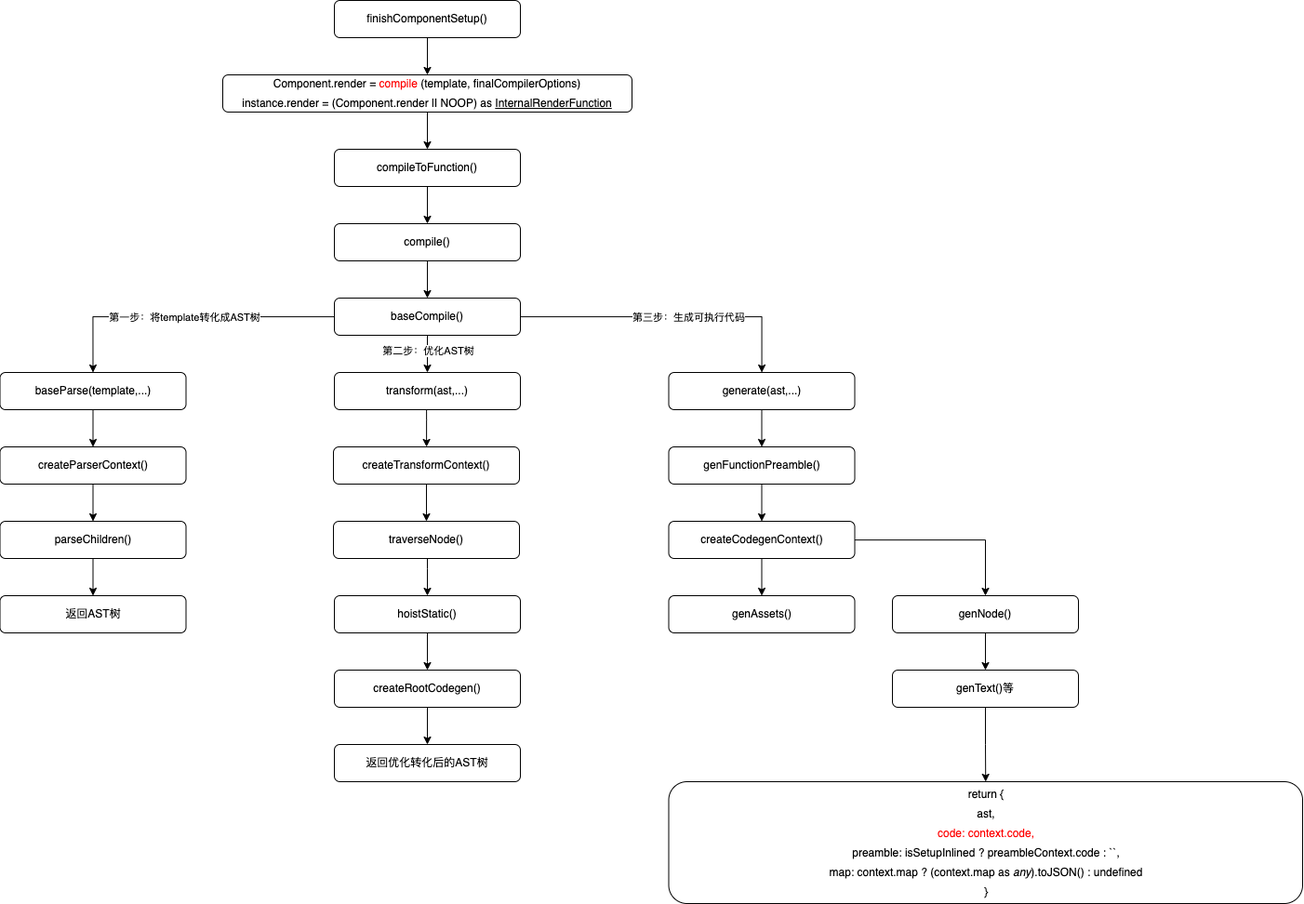
Before: Vue3.0/assets/vue3的编译.png, a diagram exported from draw.io (DbbHobo/You-Dont-Know-Me). Source tidied: cells renumbered, new cells last; positions are measured from the earlier drawing's top-left corner, leaving out a move shared by most shapes.
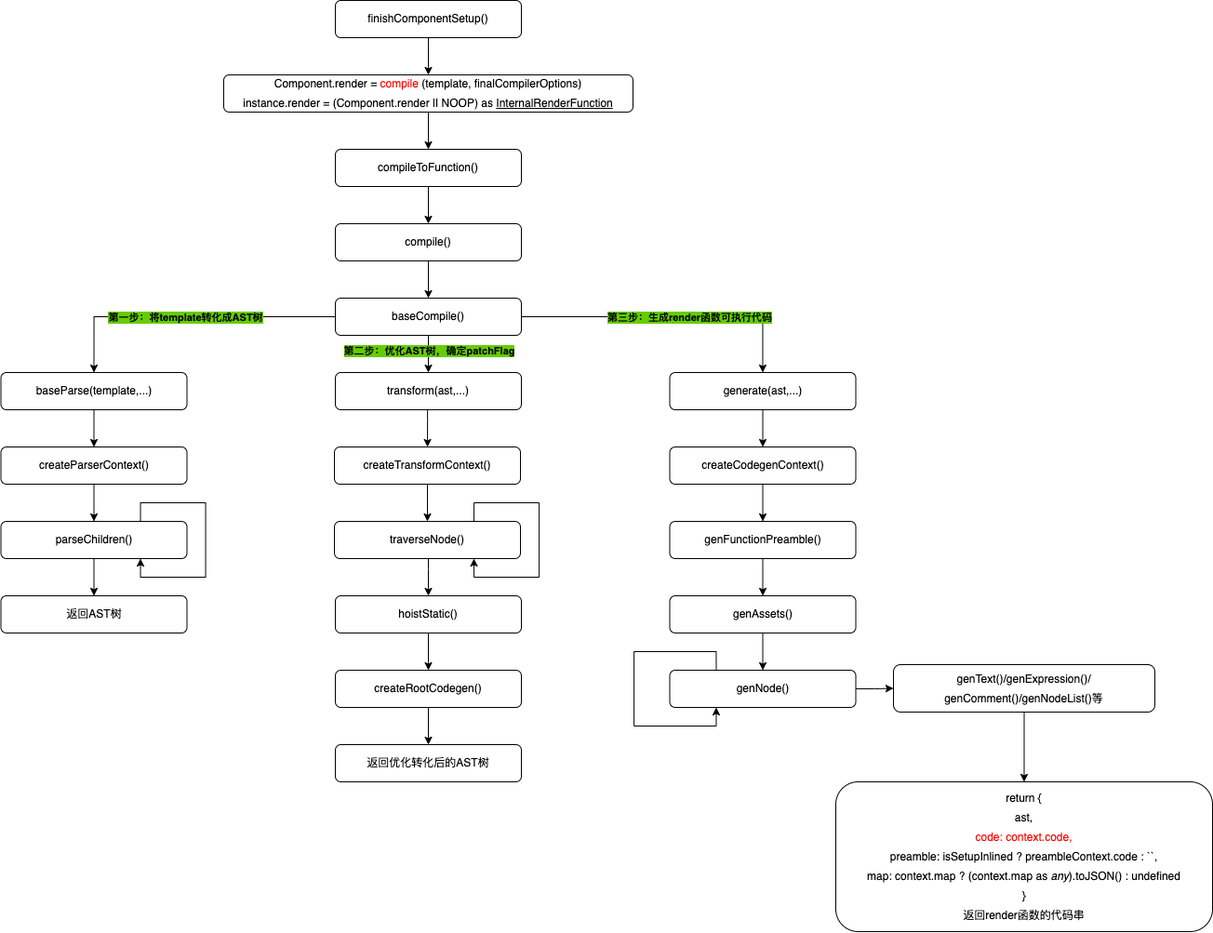
After the commit.

Diff of the diagram source:
```diff
@@ -26,9 +26,9 @@
     <mxCell id="9" value="&lt;div style=&quot;font-size: 12px; line-height: 21px;&quot;&gt;&lt;div style=&quot;line-height: 21px; font-size: 12px;&quot;&gt;compile()&lt;/div&gt;&lt;/div&gt;" style="rounded=1;whiteSpace=wrap;html=1;labelBackgroundColor=default;fontColor=default;fontFamily=Helvetica;fontSize=12;" parent="1" vertex="1">
       <mxGeometry x="359" y="240" width="200" height="40" as="geometry" />
     </mxCell>
-    <mxCell id="10" style="edgeStyle=orthogonalEdgeStyle;rounded=0;jettySize=auto;html=1;" parent="1" edge="1" source="11" target="36">
-      <mxGeometry relative="1" as="geometry" />
-    </mxCell>
+    <mxCell id="48" style="edgeStyle=orthogonalEdgeStyle;rounded=0;jettySize=auto;html=1;" parent="1" edge="1" source="11" target="40">
+      <mxGeometry relative="1" as="geometry" />
+    </mxCell>
     <mxCell id="11" value="&lt;div style=&quot;font-size: 12px; line-height: 21px;&quot;&gt;&lt;div style=&quot;line-height: 21px; font-size: 12px;&quot;&gt;generate(ast,...)&lt;/div&gt;&lt;/div&gt;" style="rounded=1;whiteSpace=wrap;html=1;labelBackgroundColor=default;fontColor=default;fontFamily=Helvetica;fontSize=12;" parent="1" vertex="1">
       <mxGeometry x="718.5" y="400" width="200" height="40" as="geometry" />
     </mxCell>
@@ -52,19 +52,19 @@
     <mxCell id="16" style="edgeStyle=orthogonalEdgeStyle;rounded=0;jettySize=auto;html=1;" parent="1" edge="1" source="22" target="15">
       <mxGeometry relative="1" as="geometry" />
     </mxCell>
-    <mxCell id="17" value="第二步：优化AST树" style="edgeLabel;html=1;align=center;verticalAlign=middle;" parent="16" vertex="1">
+    <mxCell id="17" value="第二步：优化AST树，确定patchFlag" style="edgeLabel;html=1;align=center;verticalAlign=middle;labelBackgroundColor=#66CC00;fontStyle=1;" parent="16" vertex="1">
       <mxGeometry x="-0.19" relative="1" as="geometry" />
     </mxCell>
     <mxCell id="18" style="edgeStyle=orthogonalEdgeStyle;rounded=0;jettySize=auto;html=1;entryX=0.5;entryY=0;entryDx=0;entryDy=0;" parent="1" edge="1" source="22" target="13">
       <mxGeometry relative="1" as="geometry" />
     </mxCell>
-    <mxCell id="19" value="第一步：将template转化成AST树" style="edgeLabel;html=1;align=center;verticalAlign=middle;" parent="18" vertex="1">
+    <mxCell id="19" value="第一步：将template转化成AST树" style="edgeLabel;html=1;align=center;verticalAlign=middle;labelBackgroundColor=#66CC00;fontStyle=1;" parent="18" vertex="1">
       <mxGeometry x="0.01" relative="1" as="geometry" />
     </mxCell>
     <mxCell id="20" style="edgeStyle=orthogonalEdgeStyle;rounded=0;jettySize=auto;html=1;" parent="1" edge="1" source="22" target="11">
       <mxGeometry relative="1" as="geometry" />
     </mxCell>
-    <mxCell id="21" value="第三步：生成可执行代码" style="edgeLabel;html=1;align=center;verticalAlign=middle;" parent="20" vertex="1">
+    <mxCell id="21" value="第三步：生成render函数可执行代码" style="edgeLabel;html=1;align=center;verticalAlign=middle;labelBackgroundColor=#66CC00;fontStyle=1;" parent="20" vertex="1">
       <mxGeometry x="-0.22" y="2" relative="1" as="geometry">
         <mxPoint x="55" y="2" as="offset" />
       </mxGeometry>
@@ -118,38 +118,28 @@
     <mxCell id="34" value="&lt;div style=&quot;font-size: 12px; line-height: 21px;&quot;&gt;&lt;div style=&quot;line-height: 21px; font-size: 12px;&quot;&gt;hoistStatic()&lt;/div&gt;&lt;/div&gt;" style="rounded=1;whiteSpace=wrap;html=1;labelBackgroundColor=default;fontColor=default;fontFamily=Helvetica;fontSize=12;" parent="1" vertex="1">
       <mxGeometry x="359" y="640" width="200" height="40" as="geometry" />
     </mxCell>
-    <mxCell id="35" style="edgeStyle=orthogonalEdgeStyle;rounded=0;jettySize=auto;html=1;" parent="1" edge="1" source="36" target="40">
-      <mxGeometry relative="1" as="geometry" />
+    <mxCell id="35" style="edgeStyle=orthogonalEdgeStyle;rounded=0;jettySize=auto;html=1;" parent="1" edge="1" source="36">
+      <mxGeometry relative="1" as="geometry">
+        <mxPoint x="818.5" y="640" as="targetPoint" />
+      </mxGeometry>
     </mxCell>
     <mxCell id="36" value="&lt;div style=&quot;font-size: 12px; line-height: 21px;&quot;&gt;&lt;div style=&quot;line-height: 21px; font-size: 12px;&quot;&gt;genFunctionPreamble()&lt;/div&gt;&lt;/div&gt;" style="rounded=1;whiteSpace=wrap;html=1;labelBackgroundColor=default;fontColor=default;fontFamily=Helvetica;fontSize=12;" parent="1" vertex="1">
-      <mxGeometry x="718.5" y="480" width="200" height="40" as="geometry" />
+      <mxGeometry x="718.5" y="560" width="200" height="40" as="geometry" />
     </mxCell>
-    <mxCell id="37" value="&lt;div style=&quot;font-size: 12px; line-height: 21px;&quot;&gt;&lt;div style=&quot;line-height: 21px; font-size: 12px;&quot;&gt;genAssets()&lt;/div&gt;&lt;/div&gt;" style="rounded=1;whiteSpace=wrap;html=1;labelBackgroundColor=default;fontColor=default;fontFamily=Helvetica;fontSize=12;" parent="1" vertex="1">
-      <mxGeometry x="718.5" y="640" width="200" height="40" as="geometry" />
-    </mxCell>
-    <mxCell id="38" style="edgeStyle=orthogonalEdgeStyle;rounded=0;jettySize=auto;html=1;" parent="1" edge="1" source="40" target="37">
-      <mxGeometry relative="1" as="geometry" />
-    </mxCell>
-    <mxCell id="39" style="edgeStyle=orthogonalEdgeStyle;rounded=0;jettySize=auto;html=1;" parent="1" edge="1" source="40" target="42">
-      <mxGeometry relative="1" as="geometry" />
-    </mxCell>
-    <mxCell id="40" value="&lt;div style=&quot;font-size: 12px; line-height: 21px;&quot;&gt;&lt;div style=&quot;line-height: 21px; font-size: 12px;&quot;&gt;createCodegenContext()&lt;/div&gt;&lt;/div&gt;" style="rounded=1;whiteSpace=wrap;html=1;labelBackgroundColor=default;fontColor=default;fontFamily=Helvetica;fontSize=12;" parent="1" vertex="1">
-      <mxGeometry x="718.5" y="560" width="200" height="40" as="geometry" />
-    </mxCell>
-    <mxCell id="41" style="edgeStyle=orthogonalEdgeStyle;rounded=0;jettySize=auto;html=1;entryX=0.5;entryY=0;entryDx=0;entryDy=0;" parent="1" edge="1" source="42" target="44">
-      <mxGeometry relative="1" as="geometry" />
-    </mxCell>
+    <mxCell id="49" style="edgeStyle=orthogonalEdgeStyle;rounded=0;jettySize=auto;html=1;entryX=0.5;entryY=0;entryDx=0;entryDy=0;" parent="1" edge="1" source="42" target="54">
+      <mxGeometry relative="1" as="geometry" />
+    </mxCell>
-    <mxCell id="42" value="&lt;div style=&quot;font-size: 12px; line-height: 21px;&quot;&gt;&lt;div style=&quot;line-height: 21px; font-size: 12px;&quot;&gt;genNode()&lt;/div&gt;&lt;/div&gt;" style="rounded=1;whiteSpace=wrap;html=1;labelBackgroundColor=default;fontColor=default;fontFamily=Helvetica;fontSize=12;" parent="1" vertex="1">
-      <mxGeometry x="959" y="640" width="200" height="40" as="geometry" />
+    <mxCell id="42" value="&lt;div style=&quot;font-size: 12px; line-height: 21px;&quot;&gt;&lt;div style=&quot;line-height: 21px; font-size: 12px;&quot;&gt;genAssets()&lt;/div&gt;&lt;/div&gt;" style="rounded=1;whiteSpace=wrap;html=1;labelBackgroundColor=default;fontColor=default;fontFamily=Helvetica;fontSize=12;" parent="1" vertex="1">
+      <mxGeometry x="718.5" y="640" width="200" height="40" as="geometry" />
     </mxCell>
-    <mxCell id="43" style="edgeStyle=orthogonalEdgeStyle;rounded=0;jettySize=auto;html=1;entryX=0.5;entryY=0;entryDx=0;entryDy=0;" parent="1" edge="1" source="44" target="45">
+    <mxCell id="43" style="edgeStyle=orthogonalEdgeStyle;rounded=0;jettySize=auto;html=1;" parent="1" edge="1" source="44" target="45">
       <mxGeometry relative="1" as="geometry" />
     </mxCell>
-    <mxCell id="44" value="&lt;div style=&quot;font-size: 12px; line-height: 21px;&quot;&gt;&lt;div style=&quot;line-height: 21px; font-size: 12px;&quot;&gt;genText()等&lt;/div&gt;&lt;/div&gt;" style="rounded=1;whiteSpace=wrap;html=1;labelBackgroundColor=default;fontColor=default;fontFamily=Helvetica;fontSize=12;" parent="1" vertex="1">
-      <mxGeometry x="959" y="720" width="200" height="40" as="geometry" />
+    <mxCell id="44" value="&lt;div style=&quot;font-size: 12px; line-height: 21px;&quot;&gt;&lt;div style=&quot;line-height: 21px; font-size: 12px;&quot;&gt;genText()/genExpression()/&lt;/div&gt;&lt;div style=&quot;line-height: 21px; font-size: 12px;&quot;&gt;genComment()/genNodeList()等&lt;/div&gt;&lt;/div&gt;" style="rounded=1;whiteSpace=wrap;html=1;labelBackgroundColor=default;fontColor=default;fontFamily=Helvetica;fontSize=12;" parent="1" vertex="1">
+      <mxGeometry x="959" y="714" width="281" height="51" as="geometry" />
     </mxCell>
-    <mxCell id="45" value="&lt;div style=&quot;font-size: 12px; line-height: 21px;&quot;&gt;&lt;div style=&quot;line-height: 21px; font-size: 12px;&quot;&gt;&lt;div style=&quot;font-size: 12px; line-height: 21px;&quot;&gt;&lt;div style=&quot;font-size: 12px;&quot;&gt;return {&lt;/div&gt;&lt;div style=&quot;font-size: 12px;&quot;&gt;    ast,&lt;/div&gt;&lt;div style=&quot;font-size: 12px;&quot;&gt;&lt;font color=&quot;#ff0000&quot;&gt;    code: context.code,&lt;/font&gt;&lt;/div&gt;&lt;div style=&quot;font-size: 12px;&quot;&gt;    preamble: isSetupInlined &lt;span style=&quot;font-size: 12px;&quot;&gt;?&lt;/span&gt; preambleContext.code &lt;span style=&quot;font-size: 12px;&quot;&gt;:&lt;/span&gt; &lt;span style=&quot;font-size: 12px;&quot;&gt;``&lt;/span&gt;,&lt;/div&gt;&lt;div style=&quot;font-size: 12px;&quot;&gt;    map: context.map &lt;span style=&quot;font-size: 12px;&quot;&gt;?&lt;/span&gt; (context.map &lt;span style=&quot;font-size: 12px;&quot;&gt;as&lt;/span&gt; &lt;span style=&quot;font-style: italic; font-size: 12px;&quot;&gt;any&lt;/span&gt;).&lt;span style=&quot;font-size: 12px;&quot;&gt;toJSON&lt;/span&gt;() &lt;span style=&quot;font-size: 12px;&quot;&gt;:&lt;/span&gt; &lt;span style=&quot;font-size: 12px;&quot;&gt;undefined&lt;/span&gt;&lt;/div&gt;&lt;div style=&quot;font-size: 12px;&quot;&gt;  }&lt;/div&gt;&lt;/div&gt;&lt;/div&gt;&lt;/div&gt;" style="rounded=1;whiteSpace=wrap;html=1;labelBackgroundColor=none;fontColor=default;fontFamily=Helvetica;fontSize=12;" parent="1" vertex="1">
-      <mxGeometry x="718.5" y="840" width="681.5" height="131" as="geometry" />
+    <mxCell id="45" value="&lt;div style=&quot;font-size: 12px; line-height: 21px;&quot;&gt;&lt;div style=&quot;line-height: 21px; font-size: 12px;&quot;&gt;&lt;div style=&quot;font-size: 12px; line-height: 21px;&quot;&gt;&lt;div style=&quot;font-size: 12px;&quot;&gt;return {&lt;/div&gt;&lt;div style=&quot;font-size: 12px;&quot;&gt;    ast,&lt;/div&gt;&lt;div style=&quot;font-size: 12px;&quot;&gt;&lt;font color=&quot;#ff0000&quot;&gt;    code: context.code,&lt;/font&gt;&lt;/div&gt;&lt;div style=&quot;font-size: 12px;&quot;&gt;    preamble: isSetupInlined &lt;span style=&quot;font-size: 12px;&quot;&gt;?&lt;/span&gt; preambleContext.code &lt;span style=&quot;font-size: 12px;&quot;&gt;:&lt;/span&gt; &lt;span style=&quot;font-size: 12px;&quot;&gt;``&lt;/span&gt;,&lt;/div&gt;&lt;div style=&quot;font-size: 12px;&quot;&gt;    map: context.map &lt;span style=&quot;font-size: 12px;&quot;&gt;?&lt;/span&gt; (context.map &lt;span style=&quot;font-size: 12px;&quot;&gt;as&lt;/span&gt; &lt;span style=&quot;font-style: italic; font-size: 12px;&quot;&gt;any&lt;/span&gt;).&lt;span style=&quot;font-size: 12px;&quot;&gt;toJSON&lt;/span&gt;() &lt;span style=&quot;font-size: 12px;&quot;&gt;:&lt;/span&gt; &lt;span style=&quot;font-size: 12px;&quot;&gt;undefined&lt;/span&gt;&lt;/div&gt;&lt;div style=&quot;font-size: 12px;&quot;&gt;  }&lt;/div&gt;&lt;div style=&quot;font-size: 12px;&quot;&gt;返回render函数的代码串&lt;/div&gt;&lt;/div&gt;&lt;/div&gt;&lt;/div&gt;" style="rounded=1;whiteSpace=wrap;html=1;labelBackgroundColor=none;fontColor=default;fontFamily=Helvetica;fontSize=12;" parent="1" vertex="1">
+      <mxGeometry x="897" y="840" width="405" height="161" as="geometry" />
     </mxCell>
     <mxCell id="46" value="&lt;div style=&quot;font-size: 12px; line-height: 21px;&quot;&gt;&lt;div style=&quot;line-height: 21px; font-size: 12px;&quot;&gt;返回AST树&lt;/div&gt;&lt;/div&gt;" style="rounded=1;whiteSpace=wrap;html=1;labelBackgroundColor=default;fontColor=default;fontFamily=Helvetica;fontSize=12;" parent="1" vertex="1">
       <mxGeometry x="-0.5" y="640" width="200" height="40" as="geometry" />
@@ -157,5 +147,33 @@
     <mxCell id="47" value="&lt;div style=&quot;font-size: 12px; line-height: 21px;&quot;&gt;&lt;div style=&quot;line-height: 21px; font-size: 12px;&quot;&gt;返回优化转化后的AST树&lt;/div&gt;&lt;/div&gt;" style="rounded=1;whiteSpace=wrap;html=1;labelBackgroundColor=default;fontColor=default;fontFamily=Helvetica;fontSize=12;" parent="1" vertex="1">
       <mxGeometry x="359" y="800" width="200" height="40" as="geometry" />
     </mxCell>
+    <mxCell id="50" style="edgeStyle=orthogonalEdgeStyle;rounded=0;orthogonalLoop=1;jettySize=auto;html=1;exitX=0.75;exitY=0;exitDx=0;exitDy=0;entryX=0.75;entryY=1;entryDx=0;entryDy=0;" parent="1" edge="1" source="26" target="26">
+      <mxGeometry relative="1" as="geometry" />
+    </mxCell>
+    <mxCell id="51" style="edgeStyle=orthogonalEdgeStyle;rounded=0;orthogonalLoop=1;jettySize=auto;html=1;exitX=0.75;exitY=0;exitDx=0;exitDy=0;entryX=0.75;entryY=1;entryDx=0;entryDy=0;" parent="1" edge="1" source="30" target="30">
+      <mxGeometry relative="1" as="geometry" />
+    </mxCell>
+    <mxCell id="52" style="edgeStyle=orthogonalEdgeStyle;rounded=0;jettySize=auto;html=1;" parent="1" edge="1" source="40" target="36">
+      <mxGeometry relative="1" as="geometry" />
+    </mxCell>
+    <mxCell id="40" value="&lt;div style=&quot;font-size: 12px; line-height: 21px;&quot;&gt;&lt;div style=&quot;line-height: 21px; font-size: 12px;&quot;&gt;createCodegenContext()&lt;/div&gt;&lt;/div&gt;" style="rounded=1;whiteSpace=wrap;html=1;labelBackgroundColor=default;fontColor=default;fontFamily=Helvetica;fontSize=12;" parent="1" vertex="1">
+      <mxGeometry x="718.5" y="480" width="200" height="40" as="geometry" />
+    </mxCell>
+    <mxCell id="53" style="edgeStyle=orthogonalEdgeStyle;rounded=0;jettySize=auto;html=1;entryX=0;entryY=0.5;entryDx=0;entryDy=0;" parent="1" edge="1" source="54" target="44">
+      <mxGeometry relative="1" as="geometry" />
+    </mxCell>
+    <mxCell id="54" value="&lt;div style=&quot;font-size: 12px; line-height: 21px;&quot;&gt;&lt;div style=&quot;line-height: 21px; font-size: 12px;&quot;&gt;genNode()&lt;/div&gt;&lt;/div&gt;" style="rounded=1;whiteSpace=wrap;html=1;labelBackgroundColor=default;fontColor=default;fontFamily=Helvetica;fontSize=12;" parent="1" vertex="1">
+      <mxGeometry x="718.5" y="720" width="200" height="40" as="geometry" />
+    </mxCell>
+    <mxCell id="55" style="edgeStyle=orthogonalEdgeStyle;rounded=0;orthogonalLoop=1;jettySize=auto;html=1;exitX=0.25;exitY=0;exitDx=0;exitDy=0;entryX=0.25;entryY=1;entryDx=0;entryDy=0;" parent="1" edge="1" source="54" target="54">
+      <mxGeometry relative="1" as="geometry">
+        <Array as="points">
+          <mxPoint x="769" y="700" />
+          <mxPoint x="680" y="700" />
+          <mxPoint x="680" y="780" />
+          <mxPoint x="769" y="780" />
+        </Array>
+      </mxGeometry>
+    </mxCell>
   </root>
 </mxGraphModel>
```
